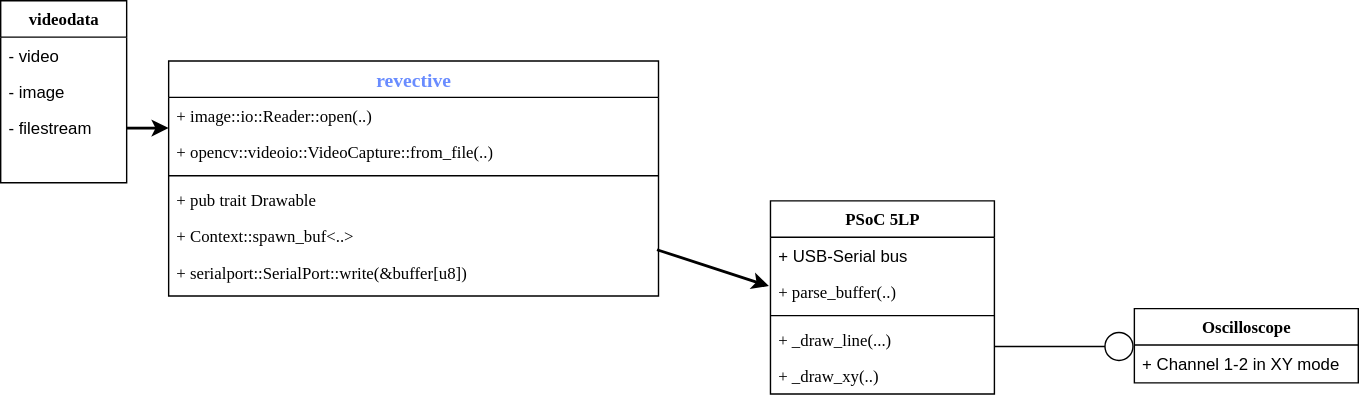
Earlier version of the draw.io export docs/overview.svg (JakeSaphhire/revective). Source tidied: cells renumbered, new cells last; positions are measured from the earlier drawing's top-left corner, leaving out a move shared by most shapes. The source it was exported from:
```xml
<mxGraphModel>
  <root>
    <mxCell id="0" />
    <mxCell id="1" parent="0" />
    <mxCell id="2" value="&lt;font style=&quot;font-size: 14px;&quot; face=&quot;Tahoma&quot; color=&quot;#698CFF&quot;&gt;revective&lt;/font&gt;" style="swimlane;html=1;fontStyle=1;align=center;verticalAlign=top;horizontal=1;startSize=26;swimlaneFillColor=#ffffff;rounded=0;shadow=0;comic=0;labelBackgroundColor=none;strokeWidth=1;fillColor=none;fontFamily=Verdana;fontSize=12;" parent="1" vertex="1">
      <mxGeometry x="120" y="43" width="350" height="168" as="geometry" />
    </mxCell>
    <mxCell id="3" value="&lt;font face=&quot;Lucida Console&quot;&gt;+ image::io::Reader::open(..)&lt;/font&gt;" style="text;html=1;strokeColor=none;fillColor=none;align=left;verticalAlign=top;spacingLeft=4;spacingRight=4;whiteSpace=wrap;overflow=hidden;points=[[0,0.5],[1,0.5]];portConstraint=eastwest;" parent="2" vertex="1">
      <mxGeometry y="26" width="350" height="26" as="geometry" />
    </mxCell>
    <mxCell id="4" value="&lt;font face=&quot;Lucida Console&quot;&gt;+ opencv::videoio::VideoCapture::from_file(..)&lt;/font&gt;" style="text;html=1;strokeColor=none;fillColor=none;align=left;verticalAlign=top;spacingLeft=4;spacingRight=4;whiteSpace=wrap;overflow=hidden;" parent="2" vertex="1">
      <mxGeometry y="52" width="350" height="26" as="geometry" />
    </mxCell>
    <mxCell id="5" style="line;html=1;strokeWidth=1;fillColor=none;align=left;verticalAlign=middle;spacingTop=-1;spacingLeft=3;spacingRight=3;labelPosition=right;" parent="2" vertex="1">
      <mxGeometry y="78" width="350" height="8" as="geometry" />
    </mxCell>
    <mxCell id="6" value="&lt;font face=&quot;Lucida Console&quot;&gt;+ pub trait Drawable&lt;/font&gt;" style="text;html=1;strokeColor=none;fillColor=none;align=left;verticalAlign=top;spacingLeft=4;spacingRight=4;whiteSpace=wrap;overflow=hidden;" parent="2" vertex="1">
      <mxGeometry y="86" width="350" height="26" as="geometry" />
    </mxCell>
    <mxCell id="7" value="&lt;font face=&quot;Lucida Console&quot;&gt;+ Context::spawn_buf&amp;lt;..&amp;gt;&lt;/font&gt;" style="text;html=1;strokeColor=none;fillColor=none;align=left;verticalAlign=top;spacingLeft=4;spacingRight=4;whiteSpace=wrap;overflow=hidden;points=[[0,0.5],[1,0.5]];portConstraint=eastwest;" parent="2" vertex="1">
      <mxGeometry y="112" width="350" height="26" as="geometry" />
    </mxCell>
    <mxCell id="8" value="&lt;font face=&quot;Lucida Console&quot;&gt;+ serialport::SerialPort::write(&amp;amp;buffer[u8]&lt;span class=&quot;pl-kos&quot;&gt;&lt;/span&gt;)&lt;/font&gt;" style="text;html=1;strokeColor=none;fillColor=none;align=left;verticalAlign=top;spacingLeft=4;spacingRight=4;whiteSpace=wrap;overflow=hidden;" parent="2" vertex="1">
      <mxGeometry y="138" width="350" height="26" as="geometry" />
    </mxCell>
    <mxCell id="9" style="edgeStyle=elbowEdgeStyle;html=1;labelBackgroundColor=none;startFill=0;startSize=4;endArrow=circle;endFill=0;endSize=9;fontFamily=Verdana;fontSize=12;elbow=vertical;" parent="1" edge="1" source="10" target="16">
      <mxGeometry relative="1" as="geometry" />
    </mxCell>
    <mxCell id="10" value="PSoC 5LP" style="swimlane;html=1;fontStyle=1;align=center;verticalAlign=top;horizontal=1;startSize=26;swimlaneFillColor=#ffffff;rounded=0;shadow=0;comic=0;labelBackgroundColor=none;strokeWidth=1;fillColor=none;fontFamily=Verdana;fontSize=12;" parent="1" vertex="1">
      <mxGeometry x="550" y="143" width="160" height="138" as="geometry" />
    </mxCell>
    <mxCell id="11" value="+ USB-Serial bus" style="text;html=1;strokeColor=none;fillColor=none;align=left;verticalAlign=top;spacingLeft=4;spacingRight=4;whiteSpace=wrap;overflow=hidden;" parent="10" vertex="1">
      <mxGeometry y="26" width="160" height="26" as="geometry" />
    </mxCell>
    <mxCell id="12" value="&lt;font face=&quot;Lucida Console&quot;&gt;+ parse_buffer(..)&lt;/font&gt;" style="text;html=1;strokeColor=none;fillColor=none;align=left;verticalAlign=top;spacingLeft=4;spacingRight=4;whiteSpace=wrap;overflow=hidden;points=[[0,0.5],[1,0.5]];portConstraint=eastwest;" parent="10" vertex="1">
      <mxGeometry y="52" width="160" height="26" as="geometry" />
    </mxCell>
    <mxCell id="13" style="line;html=1;strokeWidth=1;fillColor=none;align=left;verticalAlign=middle;spacingTop=-1;spacingLeft=3;spacingRight=3;labelPosition=right;" parent="10" vertex="1">
      <mxGeometry y="78" width="160" height="8" as="geometry" />
    </mxCell>
    <mxCell id="14" value="&lt;font face=&quot;Lucida Console&quot;&gt;+ _draw_line(...)&lt;/font&gt;" style="text;html=1;strokeColor=none;fillColor=none;align=left;verticalAlign=top;spacingLeft=4;spacingRight=4;whiteSpace=wrap;overflow=hidden;" parent="10" vertex="1">
      <mxGeometry y="86" width="160" height="26" as="geometry" />
    </mxCell>
    <mxCell id="15" value="&lt;font face=&quot;Lucida Console&quot;&gt;+ _draw_xy(..)&lt;/font&gt;" style="text;html=1;strokeColor=none;fillColor=none;align=left;verticalAlign=top;spacingLeft=4;spacingRight=4;whiteSpace=wrap;overflow=hidden;points=[[0,0.5],[1,0.5]];portConstraint=eastwest;" parent="10" vertex="1">
      <mxGeometry y="112" width="160" height="26" as="geometry" />
    </mxCell>
    <mxCell id="16" value="Oscilloscope" style="swimlane;html=1;fontStyle=1;align=center;verticalAlign=top;horizontal=1;startSize=26;swimlaneFillColor=#ffffff;rounded=0;shadow=0;comic=0;labelBackgroundColor=none;strokeWidth=1;fillColor=none;fontFamily=Verdana;fontSize=12;" parent="1" vertex="1">
      <mxGeometry x="810" y="220" width="160" height="53" as="geometry" />
    </mxCell>
    <mxCell id="17" value="+ Channel 1-2 in XY mode" style="text;html=1;strokeColor=none;fillColor=none;align=left;verticalAlign=top;spacingLeft=4;spacingRight=4;whiteSpace=wrap;overflow=hidden;points=[[0,0.5],[1,0.5]];portConstraint=eastwest;" parent="16" vertex="1">
      <mxGeometry y="26" width="160" height="26" as="geometry" />
    </mxCell>
    <mxCell id="18" value="&lt;div&gt;videodata&lt;/div&gt;" style="swimlane;html=1;fontStyle=1;align=center;verticalAlign=top;horizontal=1;startSize=26;swimlaneFillColor=#ffffff;rounded=0;shadow=0;comic=0;labelBackgroundColor=none;strokeWidth=1;fillColor=none;fontFamily=Verdana;fontSize=12;" parent="1" vertex="1">
      <mxGeometry width="90" height="130" as="geometry" />
    </mxCell>
    <mxCell id="19" value="- video" style="text;html=1;strokeColor=none;fillColor=none;align=left;verticalAlign=top;spacingLeft=4;spacingRight=4;whiteSpace=wrap;overflow=hidden;" parent="18" vertex="1">
      <mxGeometry y="26" width="90" height="26" as="geometry" />
    </mxCell>
    <mxCell id="20" value="&lt;div&gt;- image&lt;/div&gt;&lt;div&gt;&lt;br&gt;&lt;/div&gt;" style="text;html=1;strokeColor=none;fillColor=none;align=left;verticalAlign=top;spacingLeft=4;spacingRight=4;whiteSpace=wrap;overflow=hidden;" parent="18" vertex="1">
      <mxGeometry y="52" width="90" height="26" as="geometry" />
    </mxCell>
    <mxCell id="21" value="- filestream" style="text;html=1;strokeColor=none;fillColor=none;align=left;verticalAlign=top;spacingLeft=4;spacingRight=4;whiteSpace=wrap;overflow=hidden;points=[[0,0.5],[1,0.5]];portConstraint=eastwest;" parent="18" vertex="1">
      <mxGeometry y="78" width="90" height="26" as="geometry" />
    </mxCell>
    <mxCell id="22" style="edgeStyle=orthogonalEdgeStyle;rounded=0;jettySize=auto;html=1;exitX=1;exitY=0.5;exitDx=0;exitDy=0;entryX=0;entryY=0.846;entryDx=0;entryDy=0;entryPerimeter=0;strokeWidth=2;endArrow=classic;endFill=1;" parent="1" edge="1" source="21" target="3">
      <mxGeometry relative="1" as="geometry" />
    </mxCell>
    <mxCell id="23" style="endArrow=classic;html=1;rounded=0;strokeWidth=2;fontFamily=Lucida Console;fontSize=12;fontColor=#080B14;entryX=-0.007;entryY=0.342;entryDx=0;entryDy=0;entryPerimeter=0;exitX=0.997;exitY=0.88;exitDx=0;exitDy=0;exitPerimeter=0;" parent="1" edge="1" source="7" target="12">
      <mxGeometry relative="1" as="geometry" />
    </mxCell>
  </root>
</mxGraphModel>
```
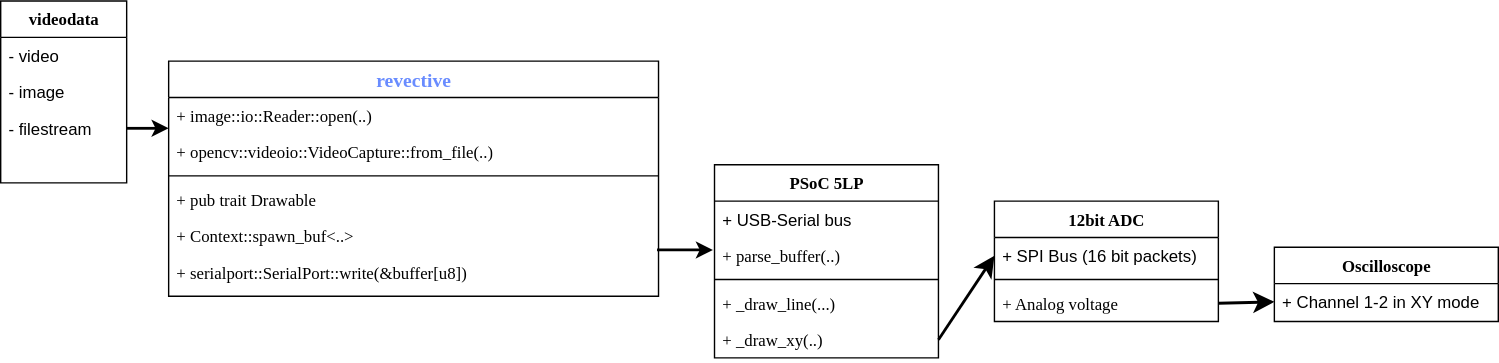
Later version of the same file.

Change to the diagram source:
```diff
@@ -23,11 +23,8 @@
     <mxCell id="8" value="&lt;font face=&quot;Lucida Console&quot;&gt;+ serialport::SerialPort::write(&amp;amp;buffer[u8]&lt;span class=&quot;pl-kos&quot;&gt;&lt;/span&gt;)&lt;/font&gt;" style="text;html=1;strokeColor=none;fillColor=none;align=left;verticalAlign=top;spacingLeft=4;spacingRight=4;whiteSpace=wrap;overflow=hidden;" parent="2" vertex="1">
       <mxGeometry y="138" width="350" height="26" as="geometry" />
     </mxCell>
-    <mxCell id="9" style="edgeStyle=elbowEdgeStyle;html=1;labelBackgroundColor=none;startFill=0;startSize=4;endArrow=circle;endFill=0;endSize=9;fontFamily=Verdana;fontSize=12;elbow=vertical;" parent="1" edge="1" source="10" target="16">
-      <mxGeometry relative="1" as="geometry" />
-    </mxCell>
     <mxCell id="10" value="PSoC 5LP" style="swimlane;html=1;fontStyle=1;align=center;verticalAlign=top;horizontal=1;startSize=26;swimlaneFillColor=#ffffff;rounded=0;shadow=0;comic=0;labelBackgroundColor=none;strokeWidth=1;fillColor=none;fontFamily=Verdana;fontSize=12;" parent="1" vertex="1">
-      <mxGeometry x="550" y="143" width="160" height="138" as="geometry" />
+      <mxGeometry x="510" y="117" width="160" height="138" as="geometry" />
     </mxCell>
     <mxCell id="11" value="+ USB-Serial bus" style="text;html=1;strokeColor=none;fillColor=none;align=left;verticalAlign=top;spacingLeft=4;spacingRight=4;whiteSpace=wrap;overflow=hidden;" parent="10" vertex="1">
       <mxGeometry y="26" width="160" height="26" as="geometry" />
@@ -44,12 +41,6 @@
     <mxCell id="15" value="&lt;font face=&quot;Lucida Console&quot;&gt;+ _draw_xy(..)&lt;/font&gt;" style="text;html=1;strokeColor=none;fillColor=none;align=left;verticalAlign=top;spacingLeft=4;spacingRight=4;whiteSpace=wrap;overflow=hidden;points=[[0,0.5],[1,0.5]];portConstraint=eastwest;" parent="10" vertex="1">
       <mxGeometry y="112" width="160" height="26" as="geometry" />
     </mxCell>
-    <mxCell id="16" value="Oscilloscope" style="swimlane;html=1;fontStyle=1;align=center;verticalAlign=top;horizontal=1;startSize=26;swimlaneFillColor=#ffffff;rounded=0;shadow=0;comic=0;labelBackgroundColor=none;strokeWidth=1;fillColor=none;fontFamily=Verdana;fontSize=12;" parent="1" vertex="1">
-      <mxGeometry x="810" y="220" width="160" height="53" as="geometry" />
-    </mxCell>
-    <mxCell id="17" value="+ Channel 1-2 in XY mode" style="text;html=1;strokeColor=none;fillColor=none;align=left;verticalAlign=top;spacingLeft=4;spacingRight=4;whiteSpace=wrap;overflow=hidden;points=[[0,0.5],[1,0.5]];portConstraint=eastwest;" parent="16" vertex="1">
-      <mxGeometry y="26" width="160" height="26" as="geometry" />
-    </mxCell>
     <mxCell id="18" value="&lt;div&gt;videodata&lt;/div&gt;" style="swimlane;html=1;fontStyle=1;align=center;verticalAlign=top;horizontal=1;startSize=26;swimlaneFillColor=#ffffff;rounded=0;shadow=0;comic=0;labelBackgroundColor=none;strokeWidth=1;fillColor=none;fontFamily=Verdana;fontSize=12;" parent="1" vertex="1">
       <mxGeometry width="90" height="130" as="geometry" />
     </mxCell>
@@ -68,5 +59,29 @@
     <mxCell id="23" style="endArrow=classic;html=1;rounded=0;strokeWidth=2;fontFamily=Lucida Console;fontSize=12;fontColor=#080B14;entryX=-0.007;entryY=0.342;entryDx=0;entryDy=0;entryPerimeter=0;exitX=0.997;exitY=0.88;exitDx=0;exitDy=0;exitPerimeter=0;" parent="1" edge="1" source="7" target="12">
       <mxGeometry relative="1" as="geometry" />
     </mxCell>
+    <mxCell id="16" value="Oscilloscope" style="swimlane;html=1;fontStyle=1;align=center;verticalAlign=top;horizontal=1;startSize=26;swimlaneFillColor=#ffffff;rounded=0;shadow=0;comic=0;labelBackgroundColor=none;strokeWidth=1;fillColor=none;fontFamily=Verdana;fontSize=12;" parent="1" vertex="1">
+      <mxGeometry x="910" y="176" width="160" height="53" as="geometry" />
+    </mxCell>
+    <mxCell id="17" value="+ Channel 1-2 in XY mode" style="text;html=1;strokeColor=none;fillColor=none;align=left;verticalAlign=top;spacingLeft=4;spacingRight=4;whiteSpace=wrap;overflow=hidden;points=[[0,0.5],[1,0.5]];portConstraint=eastwest;" parent="16" vertex="1">
+      <mxGeometry y="26" width="160" height="26" as="geometry" />
+    </mxCell>
+    <mxCell id="24" value="12bit ADC" style="swimlane;html=1;fontStyle=1;align=center;verticalAlign=top;horizontal=1;startSize=26;swimlaneFillColor=#ffffff;rounded=0;shadow=0;comic=0;labelBackgroundColor=none;strokeWidth=1;fillColor=none;fontFamily=Verdana;fontSize=12;" parent="1" vertex="1">
+      <mxGeometry x="710" y="143" width="160" height="86" as="geometry" />
+    </mxCell>
+    <mxCell id="25" value="+ SPI Bus (16 bit packets)" style="text;html=1;strokeColor=none;fillColor=none;align=left;verticalAlign=top;spacingLeft=4;spacingRight=4;whiteSpace=wrap;overflow=hidden;points=[[0,0.5],[1,0.5]];portConstraint=eastwest;" parent="24" vertex="1">
+      <mxGeometry y="26" width="160" height="26" as="geometry" />
+    </mxCell>
+    <mxCell id="26" style="line;html=1;strokeWidth=1;fillColor=none;align=left;verticalAlign=middle;spacingTop=-1;spacingLeft=3;spacingRight=3;labelPosition=right;" parent="24" vertex="1">
+      <mxGeometry y="52" width="160" height="8" as="geometry" />
+    </mxCell>
+    <mxCell id="27" value="&lt;font face=&quot;Lucida Console&quot;&gt;+ Analog voltage&lt;br&gt;&lt;/font&gt;" style="text;html=1;strokeColor=none;fillColor=none;align=left;verticalAlign=top;spacingLeft=4;spacingRight=4;whiteSpace=wrap;overflow=hidden;points=[[0,0.5],[1,0.5]];portConstraint=eastwest;" parent="24" vertex="1">
+      <mxGeometry y="60" width="160" height="26" as="geometry" />
+    </mxCell>
+    <mxCell id="28" style="endArrow=classic;html=1;rounded=0;strokeWidth=2;fontFamily=Lucida Console;fontSize=12;fontColor=#080B14;startSize=4;endSize=9;exitX=1;exitY=0.5;exitDx=0;exitDy=0;entryX=0;entryY=0.5;entryDx=0;entryDy=0;" parent="1" edge="1" source="15" target="25">
+      <mxGeometry relative="1" as="geometry" />
+    </mxCell>
+    <mxCell id="29" style="endArrow=classic;html=1;rounded=0;strokeWidth=2;fontFamily=Lucida Console;fontSize=12;fontColor=#080B14;startSize=4;endSize=9;exitX=1;exitY=0.5;exitDx=0;exitDy=0;entryX=0;entryY=0.5;entryDx=0;entryDy=0;" parent="1" edge="1" source="27" target="17">
+      <mxGeometry relative="1" as="geometry" />
+    </mxCell>
   </root>
 </mxGraphModel>
```
